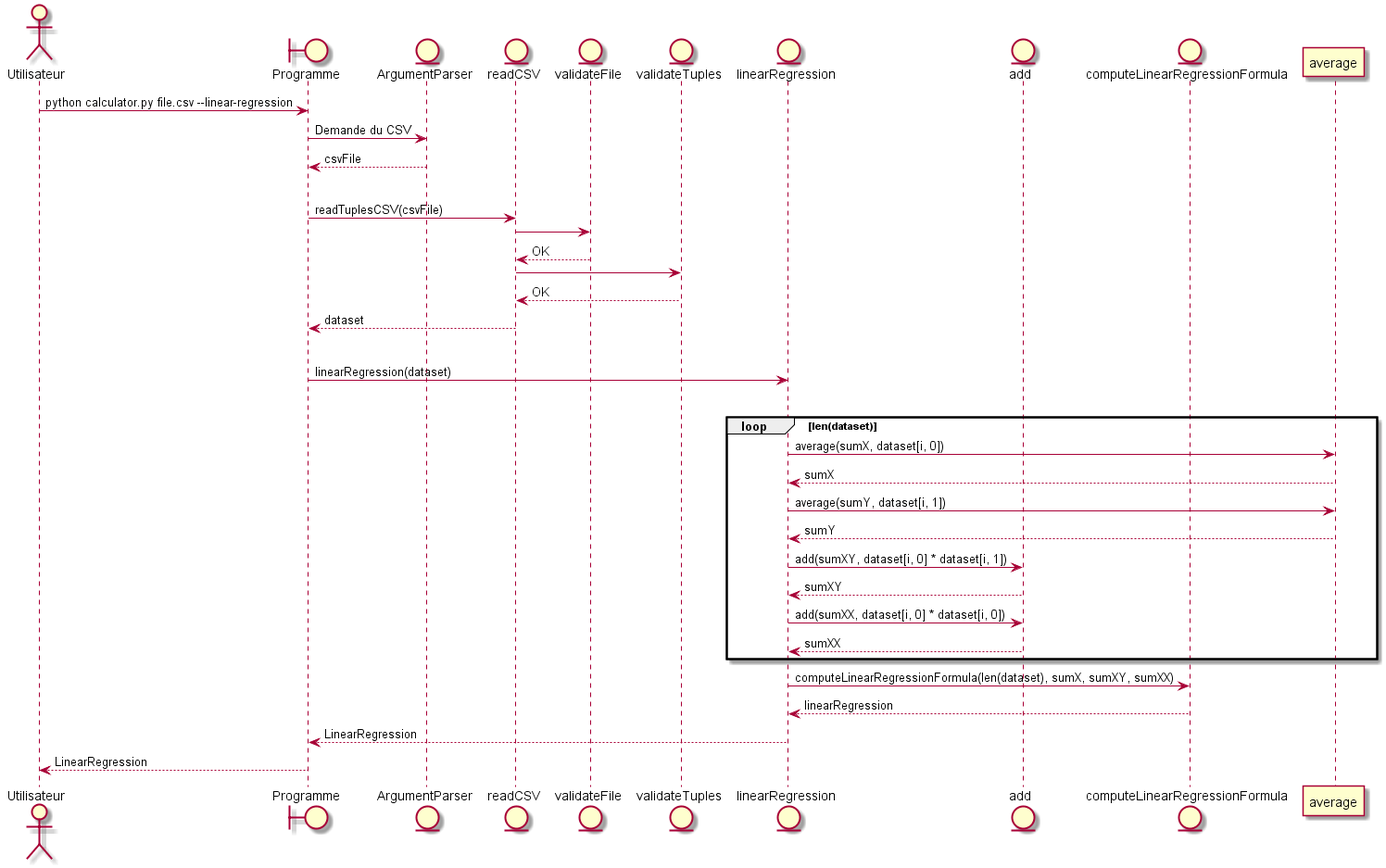
This is conception-regression-lineaire.png from alexandrecardinal/log330, a PlantUML export, as it was before one commit. Source of this version:
```plantuml
@startuml
actor Utilisateur
boundary Programme
entity ArgumentParser
entity readCSV
entity validateFile
entity validateTuples
entity linearRegression
entity add
entity computeLinearRegressionFormula

Utilisateur -> Programme : python calculator.py file.csv --linear-regression
Programme -> ArgumentParser : Demande du CSV
Programme <-- ArgumentParser : csvFile
|||
Programme -> readCSV : readTuplesCSV(csvFile)
readCSV -> validateFile
readCSV <-- validateFile : OK
readCSV -> validateTuples
readCSV <-- validateTuples : OK
Programme <-- readCSV : dataset
|||
Programme -> linearRegression : linearRegression(dataset)
|||
loop len(dataset)
  linearRegression -> average : average(sumX, dataset[i, 0])
  linearRegression <-- average : sumX

  linearRegression -> average : average(sumY, dataset[i, 1])
  linearRegression <-- average : sumY

  linearRegression -> add : add(sumXY, dataset[i, 0] * dataset[i, 1])
  linearRegression <-- add : sumXY

  linearRegression -> add : add(sumXX, dataset[i, 0] * dataset[i, 0])
  linearRegression <-- add : sumXX

  end
linearRegression -> computeLinearRegressionFormula : computeLinearRegressionFormula(len(dataset), sumX, sumXY, sumXX)
linearRegression <-- computeLinearRegressionFormula : linearRegression

Programme <-- linearRegression : LinearRegression

Utilisateur <-- Programme : LinearRegression
@enduml
```
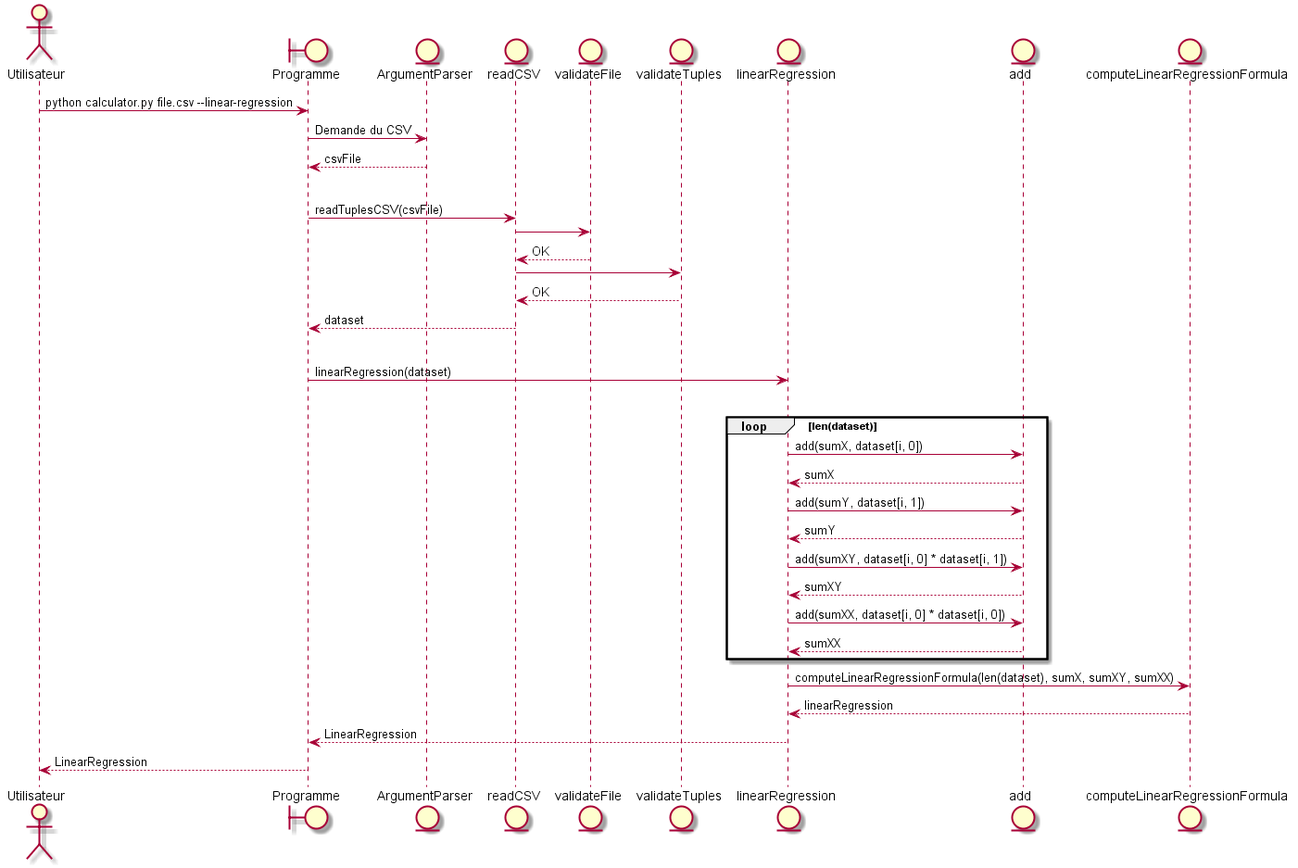
Above is the later version.

Commit message:
Oublié de commit reg lineaire

What changed in the source:
```diff
@@ -23,11 +23,11 @@
 Programme -> linearRegression : linearRegression(dataset)
 |||
 loop len(dataset)
-  linearRegression -> average : average(sumX, dataset[i, 0])
-  linearRegression <-- average : sumX
+  linearRegression -> add : add(sumX, dataset[i, 0])
+  linearRegression <-- add : sumX
 
-  linearRegression -> average : average(sumY, dataset[i, 1])
-  linearRegression <-- average : sumY
+  linearRegression -> add : add(sumY, dataset[i, 1])
+  linearRegression <-- add : sumY
 
   linearRegression -> add : add(sumXY, dataset[i, 0] * dataset[i, 1])
   linearRegression <-- add : sumXY
```
